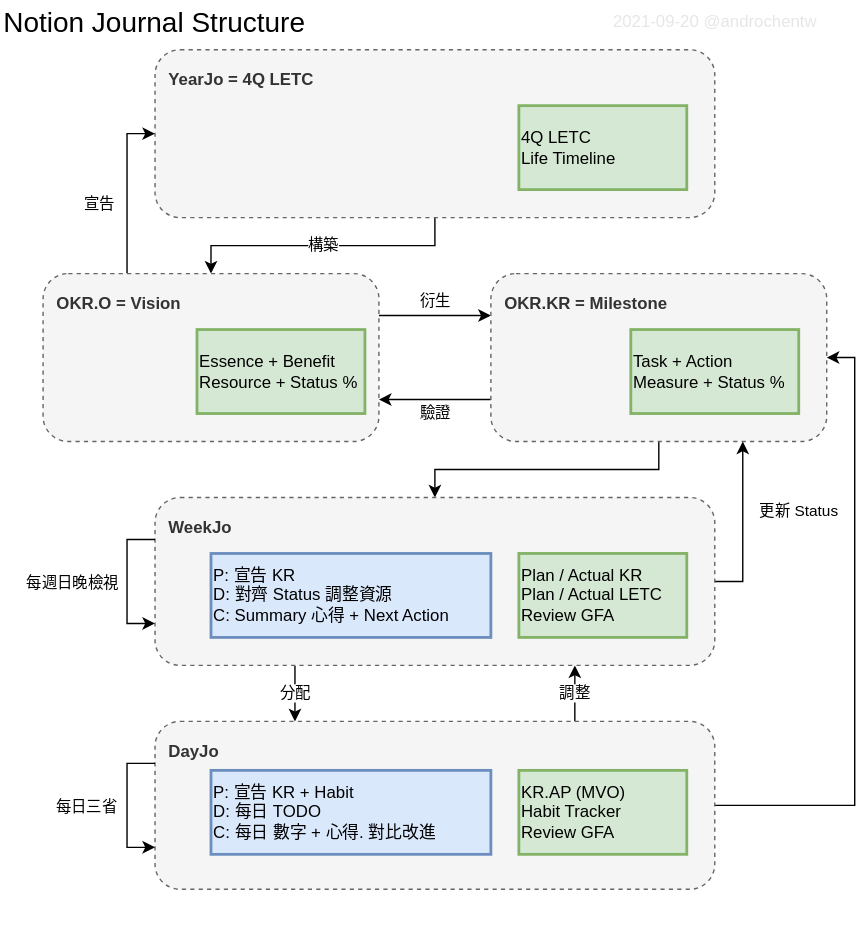
Above: 2021-09-20 Notion Journal Structure.svg in androchentw/diagrams-res (draw.io), before the change. Source tidied: cells renumbered, new cells last; positions are measured from the earlier drawing's top-left corner, leaving out a move shared by most shapes.
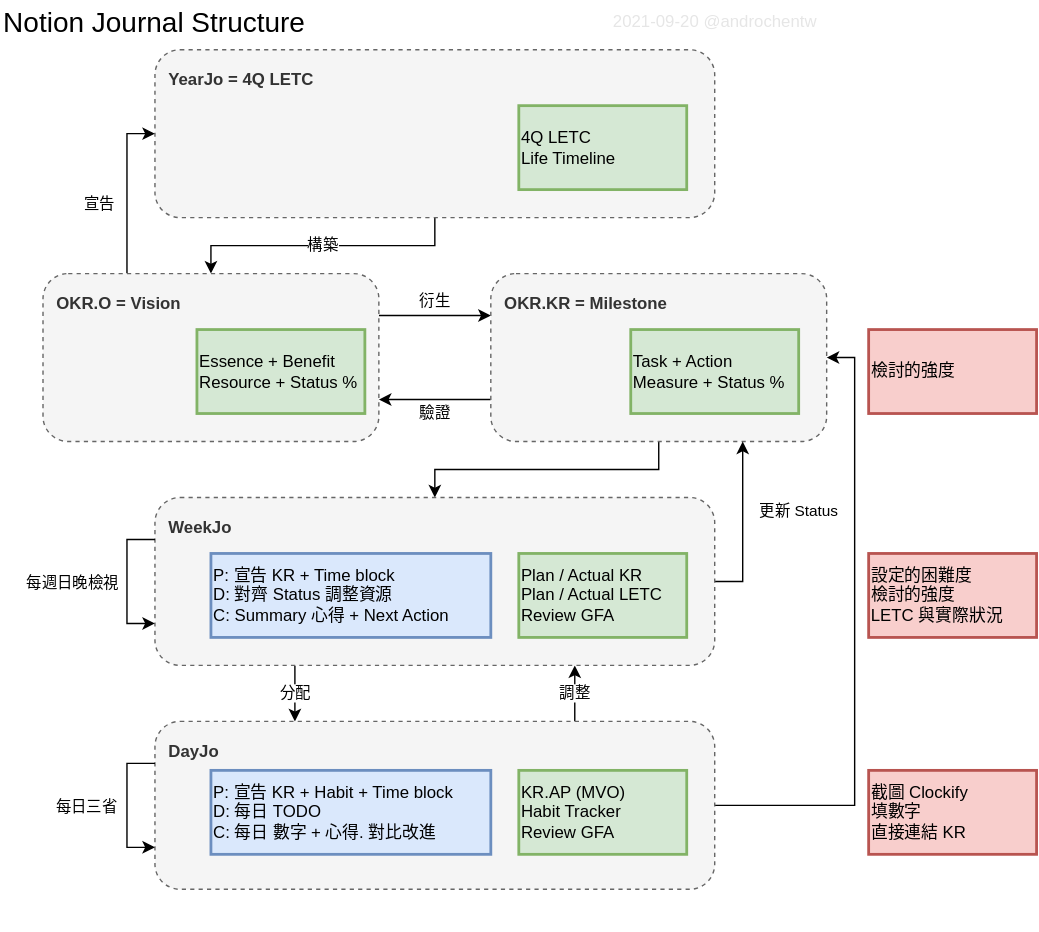
After the change.

What changed in the source:
```diff
@@ -56,7 +56,7 @@
     <mxCell id="19" value="DayJo" style="rounded=1;whiteSpace=wrap;html=1;fillColor=#f5f5f5;dashed=1;align=left;verticalAlign=top;spacingTop=0;spacing=10;strokeColor=#666666;fontColor=#333333;fontStyle=1;" parent="1" vertex="1">
       <mxGeometry x="110" y="515" width="400" height="120" as="geometry" />
     </mxCell>
-    <mxCell id="20" value="P: 宣告&amp;nbsp;KR + Habit&lt;br&gt;D: 每日 TODO&lt;br&gt;C: 每日&amp;nbsp;數字 +&amp;nbsp;心得. 對比改進" style="whiteSpace=wrap;html=1;strokeWidth=2;fillColor=#dae8fc;strokeColor=#6c8ebf;fontStyle=0;align=left;" parent="1" vertex="1">
+    <mxCell id="20" value="P: 宣告&amp;nbsp;KR + Habit + Time block&lt;br&gt;D: 每日 TODO&lt;br&gt;C: 每日&amp;nbsp;數字 +&amp;nbsp;心得. 對比改進" style="whiteSpace=wrap;html=1;strokeWidth=2;fillColor=#dae8fc;strokeColor=#6c8ebf;fontStyle=0;align=left;" parent="1" vertex="1">
       <mxGeometry x="150" y="550" width="200" height="60" as="geometry" />
     </mxCell>
     <mxCell id="21" style="edgeStyle=orthogonalEdgeStyle;rounded=0;orthogonalLoop=1;jettySize=auto;html=1;exitX=0;exitY=0.25;exitDx=0;exitDy=0;entryX=0;entryY=0.75;entryDx=0;entryDy=0;" parent="1" edge="1" source="19" target="19">
@@ -78,7 +78,7 @@
     <mxCell id="24" value="WeekJo" style="rounded=1;whiteSpace=wrap;html=1;fillColor=#f5f5f5;dashed=1;align=left;verticalAlign=top;spacingTop=0;spacing=10;strokeColor=#666666;fontColor=#333333;fontStyle=1;" parent="1" vertex="1">
       <mxGeometry x="110" y="355" width="400" height="120" as="geometry" />
     </mxCell>
-    <mxCell id="25" value="P: 宣告 KR&lt;br&gt;D: 對齊 Status&amp;nbsp;調整資源&lt;br&gt;C: Summary&amp;nbsp;心得&amp;nbsp;+ Next Action" style="whiteSpace=wrap;html=1;strokeWidth=2;fillColor=#dae8fc;strokeColor=#6c8ebf;fontStyle=0;align=left;" parent="1" vertex="1">
+    <mxCell id="25" value="P: 宣告 KR&amp;nbsp;+ Time block&lt;br&gt;D: 對齊 Status&amp;nbsp;調整資源&lt;br&gt;C: Summary&amp;nbsp;心得&amp;nbsp;+ Next Action" style="whiteSpace=wrap;html=1;strokeWidth=2;fillColor=#dae8fc;strokeColor=#6c8ebf;fontStyle=0;align=left;" parent="1" vertex="1">
       <mxGeometry x="150" y="395" width="200" height="60" as="geometry" />
     </mxCell>
     <mxCell id="26" style="edgeStyle=orthogonalEdgeStyle;rounded=0;orthogonalLoop=1;jettySize=auto;html=1;exitX=0;exitY=0.25;exitDx=0;exitDy=0;entryX=0;entryY=0.75;entryDx=0;entryDy=0;" parent="1" edge="1" source="24" target="24">
@@ -100,5 +100,14 @@
     <mxCell id="29" style="rounded=0;whiteSpace=wrap;html=1;strokeColor=none;" parent="1" vertex="1">
       <mxGeometry x="290" y="645" width="120" height="20" as="geometry" />
     </mxCell>
+    <mxCell id="30" value="截圖 Clockify&lt;br&gt;填數字&lt;br&gt;直接連結&amp;nbsp;KR" style="whiteSpace=wrap;html=1;strokeWidth=2;fillColor=#f8cecc;strokeColor=#b85450;fontStyle=0;align=left;" parent="1" vertex="1">
+      <mxGeometry x="620" y="550" width="120" height="60" as="geometry" />
+    </mxCell>
+    <mxCell id="31" value="設定的困難度&lt;br&gt;檢討的強度&lt;br&gt;LETC&amp;nbsp;與實際狀況" style="whiteSpace=wrap;html=1;strokeWidth=2;fillColor=#f8cecc;strokeColor=#b85450;fontStyle=0;align=left;" parent="1" vertex="1">
+      <mxGeometry x="620" y="395" width="120" height="60" as="geometry" />
+    </mxCell>
+    <mxCell id="32" value="檢討的強度" style="whiteSpace=wrap;html=1;strokeWidth=2;fillColor=#f8cecc;strokeColor=#b85450;fontStyle=0;align=left;" parent="1" vertex="1">
+      <mxGeometry x="620" y="235" width="120" height="60" as="geometry" />
+    </mxCell>
   </root>
 </mxGraphModel>
```
